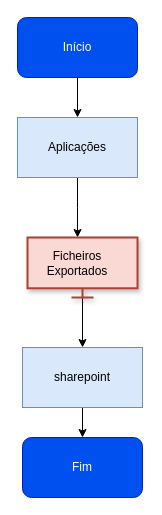
Above: page "Visualizar ficheiros" (2 of 3) of Diagrama sem nome.drawio in deviniciuss/AndroidHistory (draw.io), before the change. Source tidied: cells renumbered, new cells numbered last; positions are measured from the earlier drawing's top-left corner, leaving out a move shared by most shapes. Both pictures are drawn from the tidied source at 100%, with x=0, y=0 at pixel (17, 17).
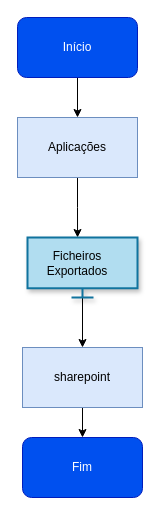
The same diagram, later.

The edit, as a diff of the source:
```diff
@@
 <mxGraphModel>
   <root>
     <mxCell id="0" />
     <mxCell id="1" parent="0" />
     <mxCell id="2" style="edgeStyle=orthogonalEdgeStyle;rounded=0;jettySize=auto;html=1;" parent="1" edge="1" source="3" target="5">
       <mxGeometry relative="1" as="geometry" />
     </mxCell>
     <mxCell id="3" value="Início" style="rounded=1;whiteSpace=wrap;html=1;fillColor=#0050ef;fontColor=#ffffff;strokeColor=#001DBC;" parent="1" vertex="1">
       <mxGeometry width="120" height="60" as="geometry" />
     </mxCell>
     <mxCell id="4" style="edgeStyle=orthogonalEdgeStyle;rounded=0;jettySize=auto;html=1;exitX=0.5;exitY=1;exitDx=0;exitDy=0;entryX=0.455;entryY=0;entryDx=0;entryDy=0;entryPerimeter=0;" parent="1" edge="1" source="5" target="10">
       <mxGeometry relative="1" as="geometry" />
     </mxCell>
     <mxCell id="5" value="Aplicações&lt;br&gt;" style="rounded=0;whiteSpace=wrap;html=1;fillColor=#dae8fc;strokeColor=#6c8ebf;" parent="1" vertex="1">
       <mxGeometry y="100" width="120" height="60" as="geometry" />
     </mxCell>
     <mxCell id="6" value="Fim&lt;br&gt;" style="rounded=1;whiteSpace=wrap;html=1;fillColor=#0050ef;fontColor=#ffffff;strokeColor=#001DBC;" parent="1" vertex="1">
       <mxGeometry x="5" y="420" width="120" height="60" as="geometry" />
     </mxCell>
     <mxCell id="7" style="edgeStyle=orthogonalEdgeStyle;rounded=0;jettySize=auto;html=1;exitX=0.5;exitY=1;exitDx=0;exitDy=0;" parent="1" edge="1" source="8" target="6">
       <mxGeometry relative="1" as="geometry" />
     </mxCell>
     <mxCell id="8" value="sharepoint" style="rounded=0;whiteSpace=wrap;html=1;fillColor=#dae8fc;strokeColor=#6c8ebf;" parent="1" vertex="1">
       <mxGeometry x="5" y="330" width="120" height="60" as="geometry" />
     </mxCell>
     <mxCell id="9" style="edgeStyle=orthogonalEdgeStyle;rounded=0;jettySize=auto;html=1;entryX=0.5;entryY=0;entryDx=0;entryDy=0;" parent="1" edge="1" source="10" target="8">
       <mxGeometry relative="1" as="geometry" />
     </mxCell>
-    <mxCell id="10" style="html=1;verticalLabelPosition=bottom;align=center;labelBackgroundColor=#ffffff;verticalAlign=top;strokeWidth=2;strokeColor=#ae4132;shadow=1;dashed=0;shape=mxgraph.ios7.icons.monitor;fillColor=#fad9d5;" parent="1" vertex="1">
+    <mxCell id="10" style="html=1;verticalLabelPosition=bottom;align=center;labelBackgroundColor=#ffffff;verticalAlign=top;strokeWidth=2;strokeColor=#10739e;shadow=1;dashed=0;shape=mxgraph.ios7.icons.monitor;fillColor=#b1ddf0;" parent="1" vertex="1">
       <mxGeometry x="10" y="220" width="110" height="60" as="geometry" />
     </mxCell>
     <mxCell id="11" value="Ficheiros Exportados" style="text;html=1;strokeColor=none;fillColor=none;align=center;verticalAlign=middle;whiteSpace=wrap;rounded=0;" parent="1" vertex="1">
       <mxGeometry x="30" y="231" width="60" height="30" as="geometry" />
     </mxCell>
   </root>
 </mxGraphModel>
```
